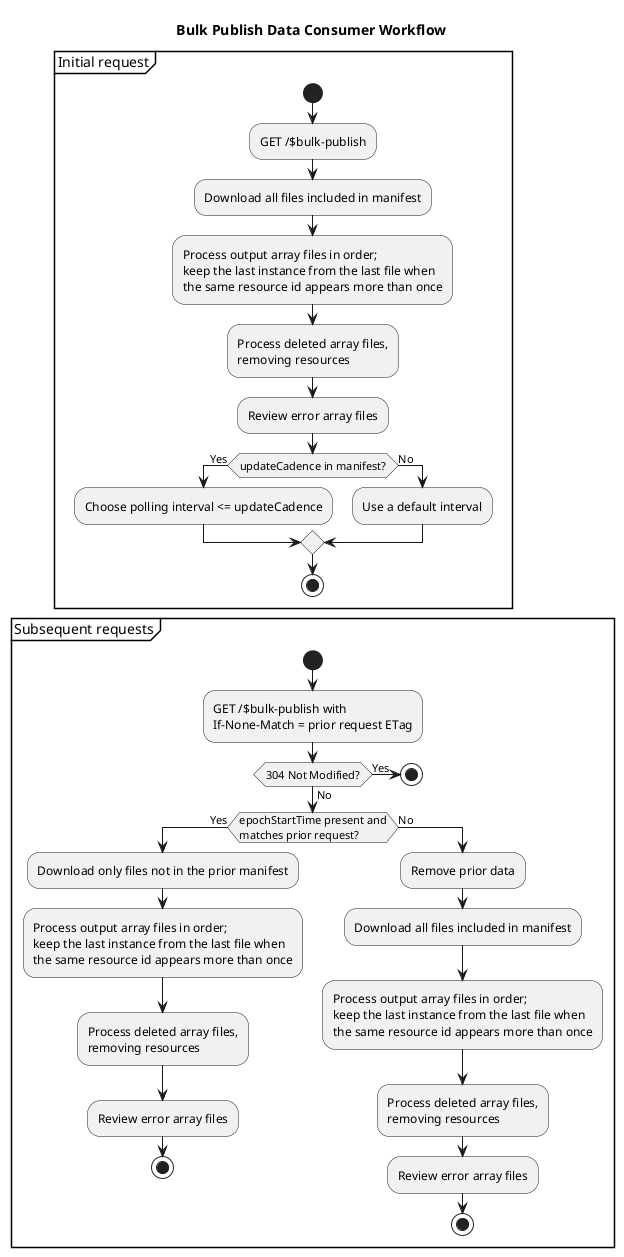
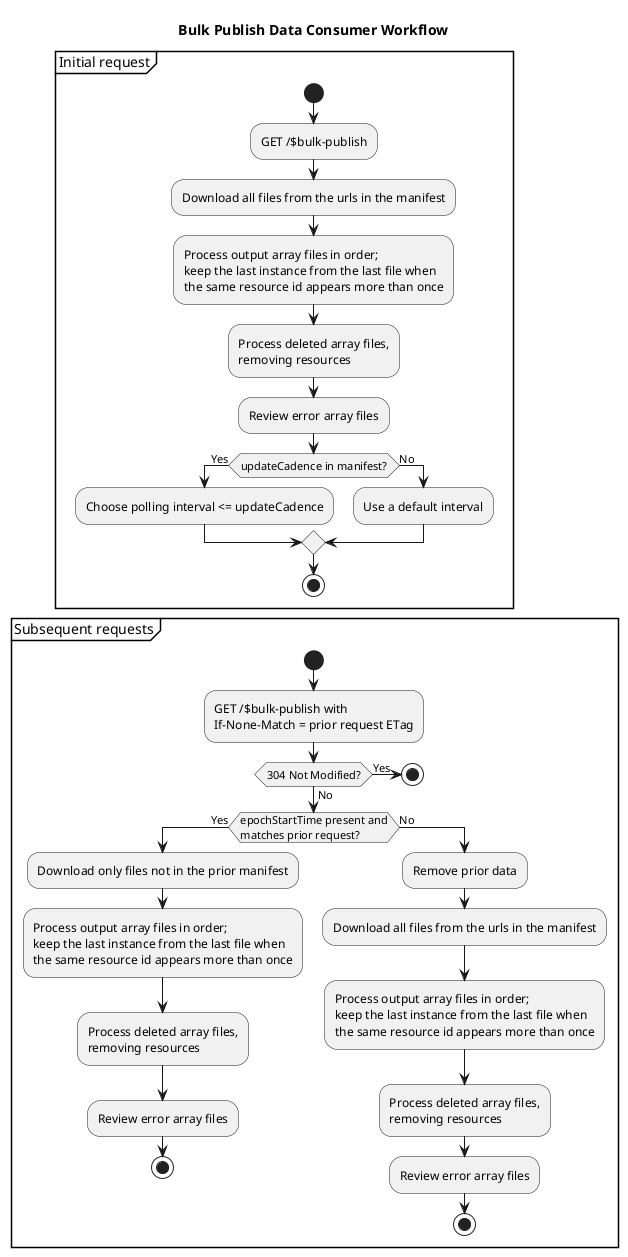
@startuml
title Bulk Publish Data Consumer Workflow

partition "Initial request" {
  start
  :GET /$bulk-publish;
-   :Download all files included in manifest;
+   :Download all files from the urls in the manifest;
  :Process output array files in order;\nkeep the last instance from the last file when\nthe same resource id appears more than once;
  :Process deleted array files,\nremoving resources;
  :Review error array files;
  if (updateCadence in manifest?) then (Yes)
    :Choose polling interval <= updateCadence;
  else (No)
    :Use a default interval;
  endif
  stop
}

partition "Subsequent requests" {
  start
  :GET /$bulk-publish with\nIf-None-Match = prior request ETag;
  if (304 Not Modified?) then (Yes)
    stop
  else (No)
    if (epochStartTime present and\nmatches prior request?) then (Yes)
      :Download only files not in the prior manifest;
      :Process output array files in order;\nkeep the last instance from the last file when\nthe same resource id appears more than once;
      :Process deleted array files,\nremoving resources;
      :Review error array files;
      stop
    else (No)
      :Remove prior data;
-       :Download all files included in manifest;
+       :Download all files from the urls in the manifest;
      :Process output array files in order;\nkeep the last instance from the last file when\nthe same resource id appears more than once;
      :Process deleted array files,\nremoving resources;
      :Review error array files;
      stop
    endif
  endif
}

@enduml
